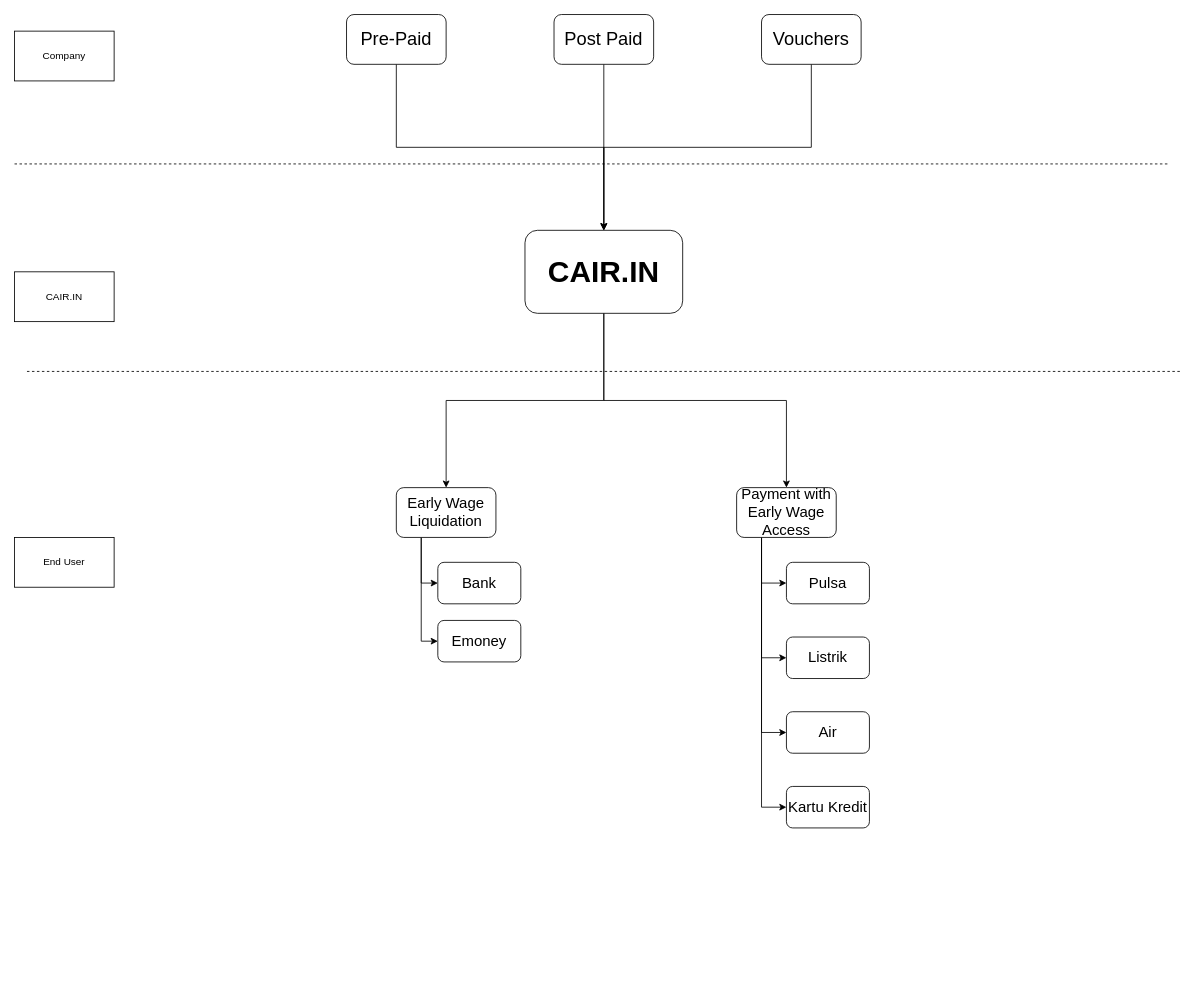
stephendaniel31/draw.io keeps this draw.io diagram as cair.in.drawio. Above is the earlier version. Source tidied: cells renumbered, new cells numbered last; positions are measured from the earlier drawing's top-left corner, leaving out a move shared by most shapes. Both pictures are drawn from the tidied source at 83%, with x=0, y=0 at pixel (14, 14).
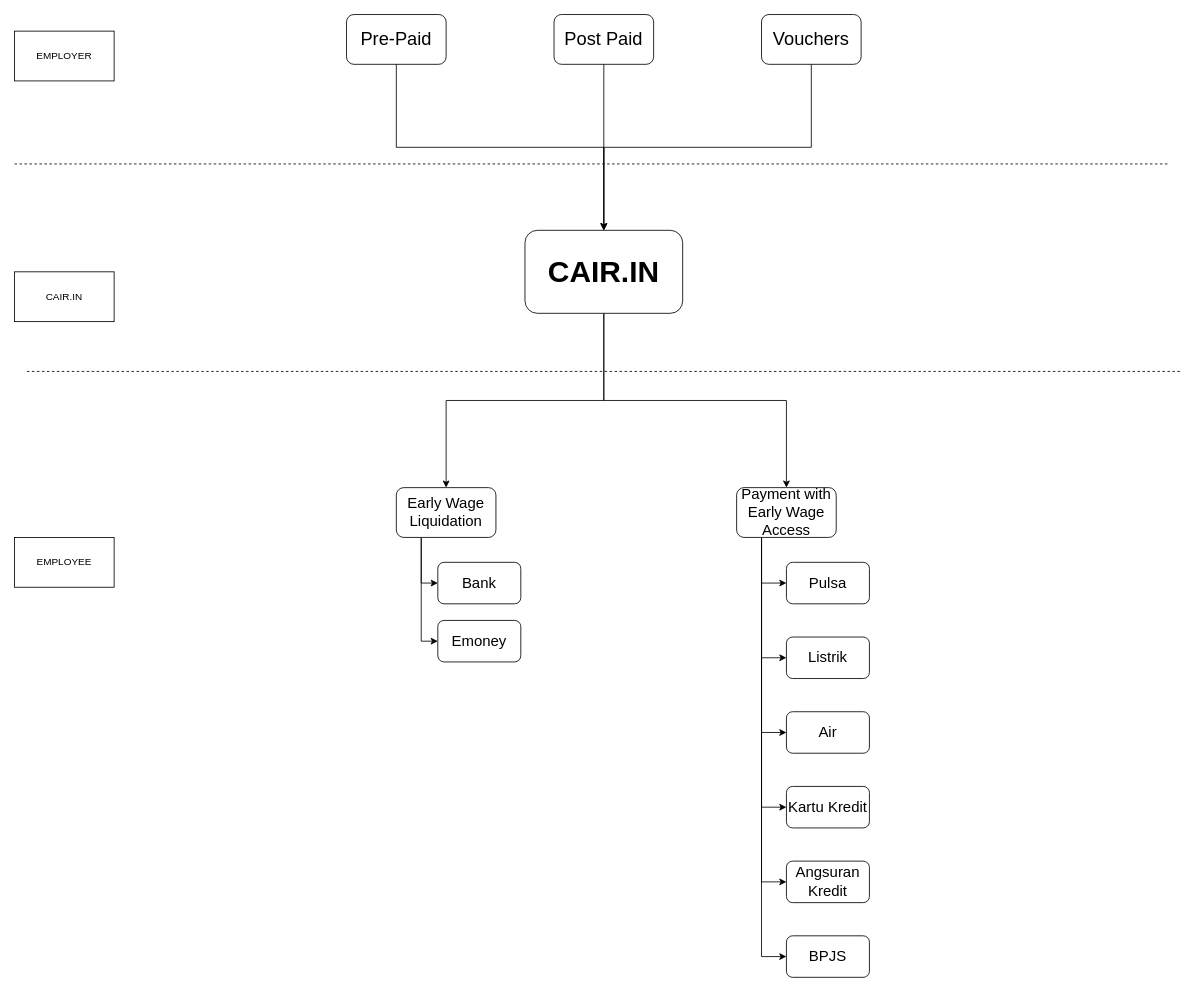
The same page after the edit.

The change refers to these unchanged cells:
```xml
<mxCell id="12" value="Payment with Early Wage Access" style="rounded=1;whiteSpace=wrap;html=1;fontSize=18;" parent="1" vertex="1">
  <mxGeometry x="870" y="570" width="120" height="60" as="geometry" />
</mxCell>
```

Change to the diagram source:
```diff
@@
+    <mxCell id="30" style="edgeStyle=orthogonalEdgeStyle;rounded=0;jettySize=auto;html=1;exitX=0.25;exitY=1;exitDx=0;exitDy=0;entryX=0;entryY=0.5;entryDx=0;entryDy=0;" parent="1" edge="1" source="12" target="33">
+      <mxGeometry relative="1" as="geometry" />
+    </mxCell>
@@
-    <mxCell id="23" value="Company" style="rounded=0;whiteSpace=wrap;html=1;" parent="1" vertex="1">
+    <mxCell id="23" value="EMPLOYER" style="rounded=0;whiteSpace=wrap;html=1;" parent="1" vertex="1">
       <mxGeometry y="20" width="120" height="60" as="geometry" />
     </mxCell>
@@
-    <mxCell id="25" value="End User" style="rounded=0;whiteSpace=wrap;html=1;" parent="1" vertex="1">
+    <mxCell id="25" value="EMPLOYEE" style="rounded=0;whiteSpace=wrap;html=1;" parent="1" vertex="1">
       <mxGeometry y="630" width="120" height="60" as="geometry" />
     </mxCell>
@@
+    <mxCell id="31" value="Angsuran&lt;br&gt;Kredit" style="rounded=1;whiteSpace=wrap;html=1;fontSize=18;" parent="1" vertex="1">
+      <mxGeometry x="930" y="1020" width="100" height="50" as="geometry" />
+    </mxCell>
+    <mxCell id="32" style="edgeStyle=orthogonalEdgeStyle;rounded=0;jettySize=auto;html=1;exitX=0.25;exitY=1;exitDx=0;exitDy=0;entryX=0;entryY=0.5;entryDx=0;entryDy=0;fontSize=18;" parent="1" edge="1" source="12" target="31">
+      <mxGeometry relative="1" as="geometry" />
+    </mxCell>
+    <mxCell id="33" value="BPJS" style="rounded=1;whiteSpace=wrap;html=1;fontSize=18;" parent="1" vertex="1">
+      <mxGeometry x="930" y="1110" width="100" height="50" as="geometry" />
+    </mxCell>
```
